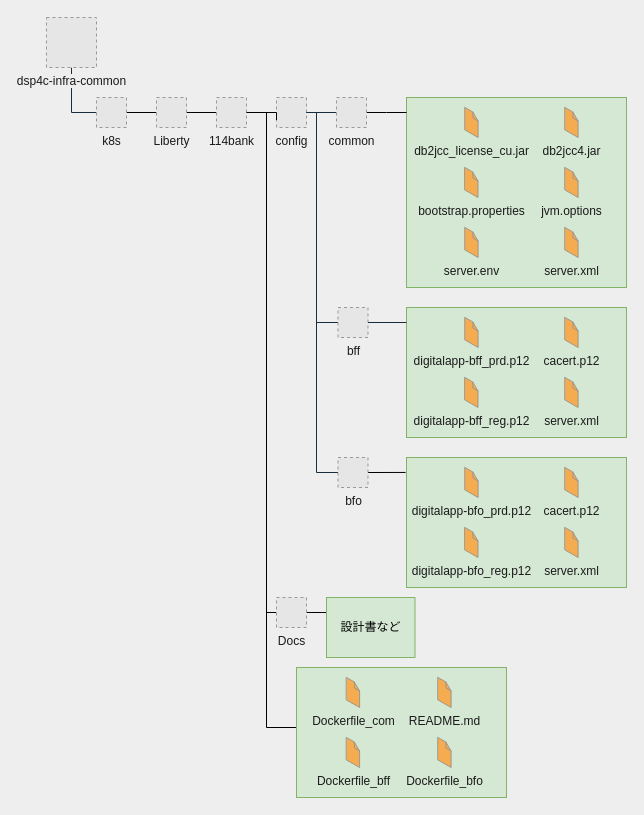
Before: page "Copy of page-5" (7 of 9) of Untitled Diagram.drawio in stefan21jp/Liberty, a draw.io diagram. Source tidied: cells renumbered, new cells numbered last; positions are measured from the earlier drawing's top-left corner, leaving out a move shared by most shapes. Both pictures are drawn from the tidied source at 100%, with x=0, y=0 at pixel (46, 17). Pictures stored in the file or linked from it are replaced by grey dashed boxes.
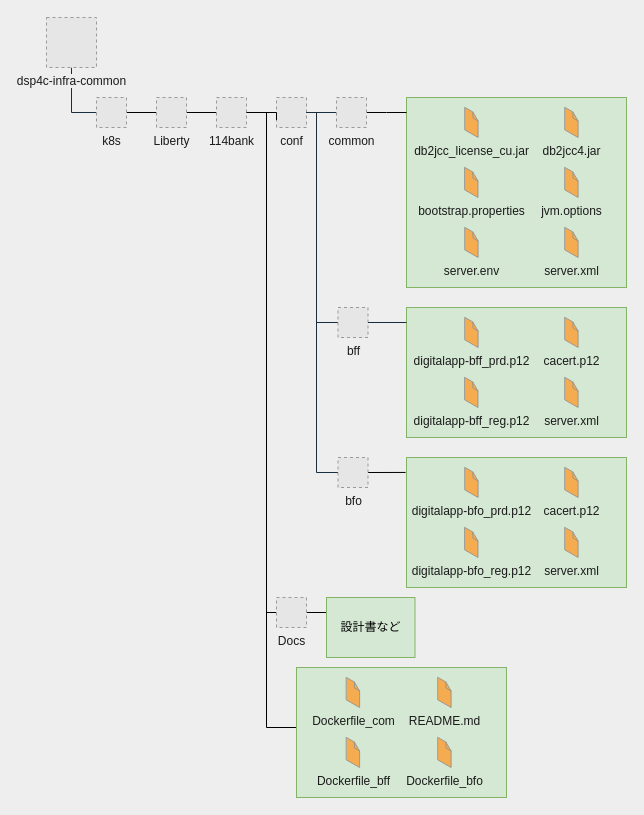
Above is the later version.

Diff of the diagram source:
```diff
@@
-    <mxCell id="11" value="config" style="fillColor=#E6E6E6;strokeColor=#999999;dashed=1;html=1;verticalAlign=top;verticalLabelPosition=bottom;labelBackgroundColor=#EEEEEE;fontColor=#1A1A1A;" parent="1" vertex="1">
+    <mxCell id="11" value="conf" style="fillColor=#E6E6E6;strokeColor=#999999;dashed=1;html=1;verticalAlign=top;verticalLabelPosition=bottom;labelBackgroundColor=#EEEEEE;fontColor=#1A1A1A;" parent="1" vertex="1">
       <mxGeometry x="230" y="80" width="30" height="30" as="geometry" />
     </mxCell>
```
